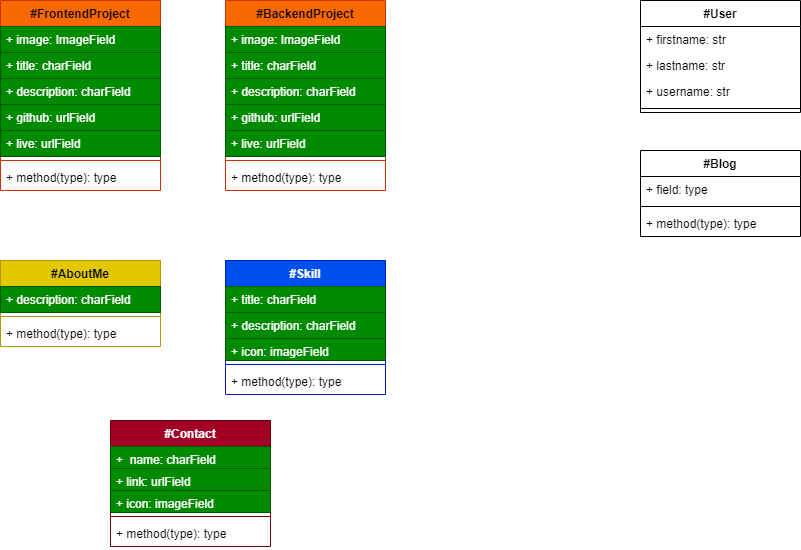
This is models.png from Sanjarbek17/portofolio_backend, a draw.io export, as it was before one commit. Source tidied: cells renumbered, new cells last; positions are measured from the earlier drawing's top-left corner, leaving out a move shared by most shapes. The source it was exported from:
```xml
<mxGraphModel>
  <root>
    <mxCell id="0" />
    <mxCell id="1" parent="0" />
    <mxCell id="2" value="#Contact" style="swimlane;fontStyle=1;align=center;verticalAlign=top;horizontal=1;startSize=26;fillColor=#a20025;fontColor=#ffffff;strokeColor=#6F0000;" parent="1" vertex="1">
      <mxGeometry x="110" y="420" width="160" height="126" as="geometry" />
    </mxCell>
    <mxCell id="3" value="+  name: charField" style="text;strokeColor=#005700;fillColor=#008a00;align=left;verticalAlign=top;spacingLeft=4;spacingRight=4;overflow=hidden;fontColor=#ffffff;" parent="2" vertex="1">
      <mxGeometry y="26" width="160" height="22" as="geometry" />
    </mxCell>
    <mxCell id="4" value="+ link: urlField" style="text;strokeColor=#005700;fillColor=#008a00;align=left;verticalAlign=top;spacingLeft=4;spacingRight=4;overflow=hidden;fontColor=#ffffff;" parent="2" vertex="1">
      <mxGeometry y="48" width="160" height="22" as="geometry" />
    </mxCell>
    <mxCell id="5" value="+ icon: imageField" style="text;strokeColor=#005700;fillColor=#008a00;align=left;verticalAlign=top;spacingLeft=4;spacingRight=4;overflow=hidden;fontColor=#ffffff;" parent="2" vertex="1">
      <mxGeometry y="70" width="160" height="22" as="geometry" />
    </mxCell>
    <mxCell id="6" style="line;strokeWidth=1;fillColor=none;align=left;verticalAlign=middle;spacingTop=-1;spacingLeft=3;spacingRight=3;labelPosition=right;strokeColor=inherit;" parent="2" vertex="1">
      <mxGeometry y="92" width="160" height="8" as="geometry" />
    </mxCell>
    <mxCell id="7" value="+ method(type): type" style="text;strokeColor=none;fillColor=none;align=left;verticalAlign=top;spacingLeft=4;spacingRight=4;overflow=hidden;" parent="2" vertex="1">
      <mxGeometry y="100" width="160" height="26" as="geometry" />
    </mxCell>
    <mxCell id="8" value="#Blog" style="swimlane;fontStyle=1;align=center;verticalAlign=top;horizontal=1;startSize=26;" parent="1" vertex="1">
      <mxGeometry x="640" y="150" width="160" height="86" as="geometry" />
    </mxCell>
    <mxCell id="9" value="+ field: type" style="text;strokeColor=none;fillColor=none;align=left;verticalAlign=top;spacingLeft=4;spacingRight=4;overflow=hidden;" parent="8" vertex="1">
      <mxGeometry y="26" width="160" height="26" as="geometry" />
    </mxCell>
    <mxCell id="10" style="line;strokeWidth=1;fillColor=none;align=left;verticalAlign=middle;spacingTop=-1;spacingLeft=3;spacingRight=3;labelPosition=right;strokeColor=inherit;" parent="8" vertex="1">
      <mxGeometry y="52" width="160" height="8" as="geometry" />
    </mxCell>
    <mxCell id="11" value="+ method(type): type" style="text;strokeColor=none;fillColor=none;align=left;verticalAlign=top;spacingLeft=4;spacingRight=4;overflow=hidden;" parent="8" vertex="1">
      <mxGeometry y="60" width="160" height="26" as="geometry" />
    </mxCell>
    <mxCell id="12" value="#User" style="swimlane;fontStyle=1;align=center;verticalAlign=top;horizontal=1;startSize=26;" parent="1" vertex="1">
      <mxGeometry x="640" width="160" height="112" as="geometry" />
    </mxCell>
    <mxCell id="13" value="+ firstname: str" style="text;strokeColor=none;fillColor=none;align=left;verticalAlign=top;spacingLeft=4;spacingRight=4;overflow=hidden;" parent="12" vertex="1">
      <mxGeometry y="26" width="160" height="26" as="geometry" />
    </mxCell>
    <mxCell id="14" value="+ lastname: str" style="text;strokeColor=none;fillColor=none;align=left;verticalAlign=top;spacingLeft=4;spacingRight=4;overflow=hidden;" parent="12" vertex="1">
      <mxGeometry y="52" width="160" height="26" as="geometry" />
    </mxCell>
    <mxCell id="15" value="+ username: str" style="text;strokeColor=none;fillColor=none;align=left;verticalAlign=top;spacingLeft=4;spacingRight=4;overflow=hidden;" parent="12" vertex="1">
      <mxGeometry y="78" width="160" height="26" as="geometry" />
    </mxCell>
    <mxCell id="16" style="line;strokeWidth=1;fillColor=none;align=left;verticalAlign=middle;spacingTop=-1;spacingLeft=3;spacingRight=3;labelPosition=right;strokeColor=inherit;" parent="12" vertex="1">
      <mxGeometry y="104" width="160" height="8" as="geometry" />
    </mxCell>
    <mxCell id="17" value="#FrontendProject" style="swimlane;fontStyle=1;align=center;verticalAlign=top;horizontal=1;startSize=26;fillColor=#fa6800;fontColor=#000000;strokeColor=#C73500;" parent="1" vertex="1">
      <mxGeometry width="160" height="190" as="geometry" />
    </mxCell>
    <mxCell id="18" value="+ image: ImageField" style="text;strokeColor=#005700;fillColor=#008a00;align=left;verticalAlign=top;spacingLeft=4;spacingRight=4;overflow=hidden;fontColor=#ffffff;" parent="17" vertex="1">
      <mxGeometry y="26" width="160" height="26" as="geometry" />
    </mxCell>
    <mxCell id="19" value="+ title: charField" style="text;strokeColor=#005700;fillColor=#008a00;align=left;verticalAlign=top;spacingLeft=4;spacingRight=4;overflow=hidden;fontColor=#ffffff;" parent="17" vertex="1">
      <mxGeometry y="52" width="160" height="26" as="geometry" />
    </mxCell>
    <mxCell id="20" value="+ description: charField" style="text;strokeColor=#005700;fillColor=#008a00;align=left;verticalAlign=top;spacingLeft=4;spacingRight=4;overflow=hidden;fontColor=#ffffff;" parent="17" vertex="1">
      <mxGeometry y="78" width="160" height="26" as="geometry" />
    </mxCell>
    <mxCell id="21" value="+ github: urlField" style="text;strokeColor=#005700;fillColor=#008a00;align=left;verticalAlign=top;spacingLeft=4;spacingRight=4;overflow=hidden;fontColor=#ffffff;" parent="17" vertex="1">
      <mxGeometry y="104" width="160" height="26" as="geometry" />
    </mxCell>
    <mxCell id="22" value="+ live: urlField" style="text;strokeColor=#005700;fillColor=#008a00;align=left;verticalAlign=top;spacingLeft=4;spacingRight=4;overflow=hidden;fontColor=#ffffff;" parent="17" vertex="1">
      <mxGeometry y="130" width="160" height="26" as="geometry" />
    </mxCell>
    <mxCell id="23" style="line;strokeWidth=1;fillColor=none;align=left;verticalAlign=middle;spacingTop=-1;spacingLeft=3;spacingRight=3;labelPosition=right;strokeColor=inherit;" parent="17" vertex="1">
      <mxGeometry y="156" width="160" height="8" as="geometry" />
    </mxCell>
    <mxCell id="24" value="+ method(type): type" style="text;strokeColor=none;fillColor=none;align=left;verticalAlign=top;spacingLeft=4;spacingRight=4;overflow=hidden;" parent="17" vertex="1">
      <mxGeometry y="164" width="160" height="26" as="geometry" />
    </mxCell>
    <mxCell id="25" value="#BackendProject" style="swimlane;fontStyle=1;align=center;verticalAlign=top;horizontal=1;startSize=26;fillColor=#fa6800;fontColor=#000000;strokeColor=#C73500;" parent="1" vertex="1">
      <mxGeometry x="225" width="160" height="190" as="geometry" />
    </mxCell>
    <mxCell id="26" value="+ image: ImageField" style="text;strokeColor=#005700;fillColor=#008a00;align=left;verticalAlign=top;spacingLeft=4;spacingRight=4;overflow=hidden;fontColor=#ffffff;" parent="25" vertex="1">
      <mxGeometry y="26" width="160" height="26" as="geometry" />
    </mxCell>
    <mxCell id="27" value="+ title: charField" style="text;strokeColor=#005700;fillColor=#008a00;align=left;verticalAlign=top;spacingLeft=4;spacingRight=4;overflow=hidden;fontColor=#ffffff;" parent="25" vertex="1">
      <mxGeometry y="52" width="160" height="26" as="geometry" />
    </mxCell>
    <mxCell id="28" value="+ description: charField" style="text;strokeColor=#005700;fillColor=#008a00;align=left;verticalAlign=top;spacingLeft=4;spacingRight=4;overflow=hidden;fontColor=#ffffff;" parent="25" vertex="1">
      <mxGeometry y="78" width="160" height="26" as="geometry" />
    </mxCell>
    <mxCell id="29" value="+ github: urlField" style="text;strokeColor=#005700;fillColor=#008a00;align=left;verticalAlign=top;spacingLeft=4;spacingRight=4;overflow=hidden;fontColor=#ffffff;" parent="25" vertex="1">
      <mxGeometry y="104" width="160" height="26" as="geometry" />
    </mxCell>
    <mxCell id="30" value="+ live: urlField" style="text;strokeColor=#005700;fillColor=#008a00;align=left;verticalAlign=top;spacingLeft=4;spacingRight=4;overflow=hidden;fontColor=#ffffff;" parent="25" vertex="1">
      <mxGeometry y="130" width="160" height="26" as="geometry" />
    </mxCell>
    <mxCell id="31" style="line;strokeWidth=1;fillColor=none;align=left;verticalAlign=middle;spacingTop=-1;spacingLeft=3;spacingRight=3;labelPosition=right;strokeColor=inherit;" parent="25" vertex="1">
      <mxGeometry y="156" width="160" height="8" as="geometry" />
    </mxCell>
    <mxCell id="32" value="+ method(type): type" style="text;strokeColor=none;fillColor=none;align=left;verticalAlign=top;spacingLeft=4;spacingRight=4;overflow=hidden;" parent="25" vertex="1">
      <mxGeometry y="164" width="160" height="26" as="geometry" />
    </mxCell>
    <mxCell id="33" value="#Skill" style="swimlane;fontStyle=1;align=center;verticalAlign=top;horizontal=1;startSize=26;fillColor=#0050ef;fontColor=#ffffff;strokeColor=#001DBC;" parent="1" vertex="1">
      <mxGeometry x="225" y="260" width="160" height="134" as="geometry" />
    </mxCell>
    <mxCell id="34" value="+ title: charField" style="text;strokeColor=#005700;fillColor=#008a00;align=left;verticalAlign=top;spacingLeft=4;spacingRight=4;overflow=hidden;fontColor=#ffffff;" parent="33" vertex="1">
      <mxGeometry y="26" width="160" height="26" as="geometry" />
    </mxCell>
    <mxCell id="35" value="+ description: charField" style="text;strokeColor=#005700;fillColor=#008a00;align=left;verticalAlign=top;spacingLeft=4;spacingRight=4;overflow=hidden;fontColor=#ffffff;" parent="33" vertex="1">
      <mxGeometry y="52" width="160" height="26" as="geometry" />
    </mxCell>
    <mxCell id="36" value="+ icon: imageField" style="text;strokeColor=#005700;fillColor=#008a00;align=left;verticalAlign=top;spacingLeft=4;spacingRight=4;overflow=hidden;fontColor=#ffffff;" parent="33" vertex="1">
      <mxGeometry y="78" width="160" height="22" as="geometry" />
    </mxCell>
    <mxCell id="37" style="line;strokeWidth=1;fillColor=none;align=left;verticalAlign=middle;spacingTop=-1;spacingLeft=3;spacingRight=3;labelPosition=right;strokeColor=inherit;" parent="33" vertex="1">
      <mxGeometry y="100" width="160" height="8" as="geometry" />
    </mxCell>
    <mxCell id="38" value="+ method(type): type" style="text;strokeColor=none;fillColor=none;align=left;verticalAlign=top;spacingLeft=4;spacingRight=4;overflow=hidden;" parent="33" vertex="1">
      <mxGeometry y="108" width="160" height="26" as="geometry" />
    </mxCell>
    <mxCell id="39" value="#AboutMe" style="swimlane;fontStyle=1;align=center;verticalAlign=top;horizontal=1;startSize=26;fillColor=#e3c800;fontColor=#000000;strokeColor=#B09500;" parent="1" vertex="1">
      <mxGeometry y="260" width="160" height="86" as="geometry" />
    </mxCell>
    <mxCell id="40" value="+ description: charField" style="text;strokeColor=#005700;fillColor=#008a00;align=left;verticalAlign=top;spacingLeft=4;spacingRight=4;overflow=hidden;fontColor=#ffffff;" parent="39" vertex="1">
      <mxGeometry y="26" width="160" height="26" as="geometry" />
    </mxCell>
    <mxCell id="41" style="line;strokeWidth=1;fillColor=none;align=left;verticalAlign=middle;spacingTop=-1;spacingLeft=3;spacingRight=3;labelPosition=right;strokeColor=inherit;" parent="39" vertex="1">
      <mxGeometry y="52" width="160" height="8" as="geometry" />
    </mxCell>
    <mxCell id="42" value="+ method(type): type" style="text;strokeColor=none;fillColor=none;align=left;verticalAlign=top;spacingLeft=4;spacingRight=4;overflow=hidden;" parent="39" vertex="1">
      <mxGeometry y="60" width="160" height="26" as="geometry" />
    </mxCell>
  </root>
</mxGraphModel>
```
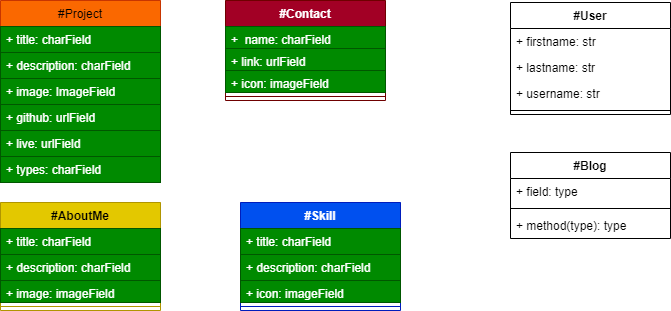
The same file after the commit.

Change to the diagram source:
```diff
@@ -3,7 +3,7 @@
     <mxCell id="0" />
     <mxCell id="1" parent="0" />
     <mxCell id="2" value="#Contact" style="swimlane;fontStyle=1;align=center;verticalAlign=top;horizontal=1;startSize=26;fillColor=#a20025;fontColor=#ffffff;strokeColor=#6F0000;" parent="1" vertex="1">
-      <mxGeometry x="110" y="420" width="160" height="126" as="geometry" />
+      <mxGeometry x="225" y="8" width="160" height="100" as="geometry" />
     </mxCell>
     <mxCell id="3" value="+  name: charField" style="text;strokeColor=#005700;fillColor=#008a00;align=left;verticalAlign=top;spacingLeft=4;spacingRight=4;overflow=hidden;fontColor=#ffffff;" parent="2" vertex="1">
       <mxGeometry y="26" width="160" height="22" as="geometry" />
@@ -17,11 +17,8 @@
     <mxCell id="6" style="line;strokeWidth=1;fillColor=none;align=left;verticalAlign=middle;spacingTop=-1;spacingLeft=3;spacingRight=3;labelPosition=right;strokeColor=inherit;" parent="2" vertex="1">
       <mxGeometry y="92" width="160" height="8" as="geometry" />
     </mxCell>
-    <mxCell id="7" value="+ method(type): type" style="text;strokeColor=none;fillColor=none;align=left;verticalAlign=top;spacingLeft=4;spacingRight=4;overflow=hidden;" parent="2" vertex="1">
-      <mxGeometry y="100" width="160" height="26" as="geometry" />
-    </mxCell>
     <mxCell id="8" value="#Blog" style="swimlane;fontStyle=1;align=center;verticalAlign=top;horizontal=1;startSize=26;" parent="1" vertex="1">
-      <mxGeometry x="640" y="150" width="160" height="86" as="geometry" />
+      <mxGeometry x="510" y="160" width="160" height="86" as="geometry" />
     </mxCell>
     <mxCell id="9" value="+ field: type" style="text;strokeColor=none;fillColor=none;align=left;verticalAlign=top;spacingLeft=4;spacingRight=4;overflow=hidden;" parent="8" vertex="1">
       <mxGeometry y="26" width="160" height="26" as="geometry" />
@@ -33,7 +30,7 @@
       <mxGeometry y="60" width="160" height="26" as="geometry" />
     </mxCell>
     <mxCell id="12" value="#User" style="swimlane;fontStyle=1;align=center;verticalAlign=top;horizontal=1;startSize=26;" parent="1" vertex="1">
-      <mxGeometry x="640" width="160" height="112" as="geometry" />
+      <mxGeometry x="510" y="10" width="160" height="112" as="geometry" />
     </mxCell>
     <mxCell id="13" value="+ firstname: str" style="text;strokeColor=none;fillColor=none;align=left;verticalAlign=top;spacingLeft=4;spacingRight=4;overflow=hidden;" parent="12" vertex="1">
       <mxGeometry y="26" width="160" height="26" as="geometry" />
@@ -47,56 +44,8 @@
     <mxCell id="16" style="line;strokeWidth=1;fillColor=none;align=left;verticalAlign=middle;spacingTop=-1;spacingLeft=3;spacingRight=3;labelPosition=right;strokeColor=inherit;" parent="12" vertex="1">
       <mxGeometry y="104" width="160" height="8" as="geometry" />
     </mxCell>
-    <mxCell id="17" value="#FrontendProject" style="swimlane;fontStyle=1;align=center;verticalAlign=top;horizontal=1;startSize=26;fillColor=#fa6800;fontColor=#000000;strokeColor=#C73500;" parent="1" vertex="1">
-      <mxGeometry width="160" height="190" as="geometry" />
-    </mxCell>
-    <mxCell id="18" value="+ image: ImageField" style="text;strokeColor=#005700;fillColor=#008a00;align=left;verticalAlign=top;spacingLeft=4;spacingRight=4;overflow=hidden;fontColor=#ffffff;" parent="17" vertex="1">
-      <mxGeometry y="26" width="160" height="26" as="geometry" />
-    </mxCell>
-    <mxCell id="19" value="+ title: charField" style="text;strokeColor=#005700;fillColor=#008a00;align=left;verticalAlign=top;spacingLeft=4;spacingRight=4;overflow=hidden;fontColor=#ffffff;" parent="17" vertex="1">
-      <mxGeometry y="52" width="160" height="26" as="geometry" />
-    </mxCell>
-    <mxCell id="20" value="+ description: charField" style="text;strokeColor=#005700;fillColor=#008a00;align=left;verticalAlign=top;spacingLeft=4;spacingRight=4;overflow=hidden;fontColor=#ffffff;" parent="17" vertex="1">
-      <mxGeometry y="78" width="160" height="26" as="geometry" />
-    </mxCell>
-    <mxCell id="21" value="+ github: urlField" style="text;strokeColor=#005700;fillColor=#008a00;align=left;verticalAlign=top;spacingLeft=4;spacingRight=4;overflow=hidden;fontColor=#ffffff;" parent="17" vertex="1">
-      <mxGeometry y="104" width="160" height="26" as="geometry" />
-    </mxCell>
-    <mxCell id="22" value="+ live: urlField" style="text;strokeColor=#005700;fillColor=#008a00;align=left;verticalAlign=top;spacingLeft=4;spacingRight=4;overflow=hidden;fontColor=#ffffff;" parent="17" vertex="1">
-      <mxGeometry y="130" width="160" height="26" as="geometry" />
-    </mxCell>
-    <mxCell id="23" style="line;strokeWidth=1;fillColor=none;align=left;verticalAlign=middle;spacingTop=-1;spacingLeft=3;spacingRight=3;labelPosition=right;strokeColor=inherit;" parent="17" vertex="1">
-      <mxGeometry y="156" width="160" height="8" as="geometry" />
-    </mxCell>
-    <mxCell id="24" value="+ method(type): type" style="text;strokeColor=none;fillColor=none;align=left;verticalAlign=top;spacingLeft=4;spacingRight=4;overflow=hidden;" parent="17" vertex="1">
-      <mxGeometry y="164" width="160" height="26" as="geometry" />
-    </mxCell>
-    <mxCell id="25" value="#BackendProject" style="swimlane;fontStyle=1;align=center;verticalAlign=top;horizontal=1;startSize=26;fillColor=#fa6800;fontColor=#000000;strokeColor=#C73500;" parent="1" vertex="1">
-      <mxGeometry x="225" width="160" height="190" as="geometry" />
-    </mxCell>
-    <mxCell id="26" value="+ image: ImageField" style="text;strokeColor=#005700;fillColor=#008a00;align=left;verticalAlign=top;spacingLeft=4;spacingRight=4;overflow=hidden;fontColor=#ffffff;" parent="25" vertex="1">
-      <mxGeometry y="26" width="160" height="26" as="geometry" />
-    </mxCell>
-    <mxCell id="27" value="+ title: charField" style="text;strokeColor=#005700;fillColor=#008a00;align=left;verticalAlign=top;spacingLeft=4;spacingRight=4;overflow=hidden;fontColor=#ffffff;" parent="25" vertex="1">
-      <mxGeometry y="52" width="160" height="26" as="geometry" />
-    </mxCell>
-    <mxCell id="28" value="+ description: charField" style="text;strokeColor=#005700;fillColor=#008a00;align=left;verticalAlign=top;spacingLeft=4;spacingRight=4;overflow=hidden;fontColor=#ffffff;" parent="25" vertex="1">
-      <mxGeometry y="78" width="160" height="26" as="geometry" />
-    </mxCell>
-    <mxCell id="29" value="+ github: urlField" style="text;strokeColor=#005700;fillColor=#008a00;align=left;verticalAlign=top;spacingLeft=4;spacingRight=4;overflow=hidden;fontColor=#ffffff;" parent="25" vertex="1">
-      <mxGeometry y="104" width="160" height="26" as="geometry" />
-    </mxCell>
-    <mxCell id="30" value="+ live: urlField" style="text;strokeColor=#005700;fillColor=#008a00;align=left;verticalAlign=top;spacingLeft=4;spacingRight=4;overflow=hidden;fontColor=#ffffff;" parent="25" vertex="1">
-      <mxGeometry y="130" width="160" height="26" as="geometry" />
-    </mxCell>
-    <mxCell id="31" style="line;strokeWidth=1;fillColor=none;align=left;verticalAlign=middle;spacingTop=-1;spacingLeft=3;spacingRight=3;labelPosition=right;strokeColor=inherit;" parent="25" vertex="1">
-      <mxGeometry y="156" width="160" height="8" as="geometry" />
-    </mxCell>
-    <mxCell id="32" value="+ method(type): type" style="text;strokeColor=none;fillColor=none;align=left;verticalAlign=top;spacingLeft=4;spacingRight=4;overflow=hidden;" parent="25" vertex="1">
-      <mxGeometry y="164" width="160" height="26" as="geometry" />
-    </mxCell>
     <mxCell id="33" value="#Skill" style="swimlane;fontStyle=1;align=center;verticalAlign=top;horizontal=1;startSize=26;fillColor=#0050ef;fontColor=#ffffff;strokeColor=#001DBC;" parent="1" vertex="1">
-      <mxGeometry x="225" y="260" width="160" height="134" as="geometry" />
+      <mxGeometry x="240" y="210" width="160" height="108" as="geometry" />
     </mxCell>
     <mxCell id="34" value="+ title: charField" style="text;strokeColor=#005700;fillColor=#008a00;align=left;verticalAlign=top;spacingLeft=4;spacingRight=4;overflow=hidden;fontColor=#ffffff;" parent="33" vertex="1">
       <mxGeometry y="26" width="160" height="26" as="geometry" />
@@ -110,20 +59,41 @@
     <mxCell id="37" style="line;strokeWidth=1;fillColor=none;align=left;verticalAlign=middle;spacingTop=-1;spacingLeft=3;spacingRight=3;labelPosition=right;strokeColor=inherit;" parent="33" vertex="1">
       <mxGeometry y="100" width="160" height="8" as="geometry" />
     </mxCell>
-    <mxCell id="38" value="+ method(type): type" style="text;strokeColor=none;fillColor=none;align=left;verticalAlign=top;spacingLeft=4;spacingRight=4;overflow=hidden;" parent="33" vertex="1">
-      <mxGeometry y="108" width="160" height="26" as="geometry" />
-    </mxCell>
     <mxCell id="39" value="#AboutMe" style="swimlane;fontStyle=1;align=center;verticalAlign=top;horizontal=1;startSize=26;fillColor=#e3c800;fontColor=#000000;strokeColor=#B09500;" parent="1" vertex="1">
-      <mxGeometry y="260" width="160" height="86" as="geometry" />
+      <mxGeometry y="210" width="160" height="108" as="geometry" />
     </mxCell>
+    <mxCell id="43" value="+ title: charField" style="text;strokeColor=#005700;fillColor=#008a00;align=left;verticalAlign=top;spacingLeft=4;spacingRight=4;overflow=hidden;fontColor=#ffffff;" parent="39" vertex="1">
+      <mxGeometry y="26" width="160" height="26" as="geometry" />
+    </mxCell>
     <mxCell id="40" value="+ description: charField" style="text;strokeColor=#005700;fillColor=#008a00;align=left;verticalAlign=top;spacingLeft=4;spacingRight=4;overflow=hidden;fontColor=#ffffff;" parent="39" vertex="1">
-      <mxGeometry y="26" width="160" height="26" as="geometry" />
+      <mxGeometry y="52" width="160" height="26" as="geometry" />
     </mxCell>
+    <mxCell id="44" value="+ image: imageField" style="text;strokeColor=#005700;fillColor=#008a00;align=left;verticalAlign=top;spacingLeft=4;spacingRight=4;overflow=hidden;fontColor=#ffffff;" parent="39" vertex="1">
+      <mxGeometry y="78" width="160" height="22" as="geometry" />
+    </mxCell>
     <mxCell id="41" style="line;strokeWidth=1;fillColor=none;align=left;verticalAlign=middle;spacingTop=-1;spacingLeft=3;spacingRight=3;labelPosition=right;strokeColor=inherit;" parent="39" vertex="1">
-      <mxGeometry y="52" width="160" height="8" as="geometry" />
+      <mxGeometry y="100" width="160" height="8" as="geometry" />
     </mxCell>
-    <mxCell id="42" value="+ method(type): type" style="text;strokeColor=none;fillColor=none;align=left;verticalAlign=top;spacingLeft=4;spacingRight=4;overflow=hidden;" parent="39" vertex="1">
-      <mxGeometry y="60" width="160" height="26" as="geometry" />
-    </mxCell>
+    <mxCell id="45" value="#Project" style="swimlane;fontStyle=0;horizontal=1;startSize=26;fillColor=#fa6800;fontColor=#000000;strokeColor=#C73500;" parent="1" vertex="1">
+      <mxGeometry y="8" width="160" height="182" as="geometry" />
+    </mxCell>
+    <mxCell id="46" value="+ title: charField" style="text;strokeColor=#005700;fillColor=#008a00;align=left;verticalAlign=top;spacingLeft=4;spacingRight=4;overflow=hidden;fontColor=#ffffff;" parent="45" vertex="1">
+      <mxGeometry y="26" width="160" height="26" as="geometry" />
+    </mxCell>
+    <mxCell id="47" value="+ description: charField" style="text;strokeColor=#005700;fillColor=#008a00;align=left;verticalAlign=top;spacingLeft=4;spacingRight=4;overflow=hidden;fontColor=#ffffff;" parent="45" vertex="1">
+      <mxGeometry y="52" width="160" height="26" as="geometry" />
+    </mxCell>
+    <mxCell id="48" value="+ image: ImageField" style="text;strokeColor=#005700;fillColor=#008a00;align=left;verticalAlign=top;spacingLeft=4;spacingRight=4;overflow=hidden;fontColor=#ffffff;" parent="45" vertex="1">
+      <mxGeometry y="78" width="160" height="26" as="geometry" />
+    </mxCell>
+    <mxCell id="49" value="+ github: urlField" style="text;strokeColor=#005700;fillColor=#008a00;align=left;verticalAlign=top;spacingLeft=4;spacingRight=4;overflow=hidden;fontColor=#ffffff;" parent="45" vertex="1">
+      <mxGeometry y="104" width="160" height="26" as="geometry" />
+    </mxCell>
+    <mxCell id="50" value="+ live: urlField" style="text;strokeColor=#005700;fillColor=#008a00;align=left;verticalAlign=top;spacingLeft=4;spacingRight=4;overflow=hidden;fontColor=#ffffff;" parent="45" vertex="1">
+      <mxGeometry y="130" width="160" height="26" as="geometry" />
+    </mxCell>
+    <mxCell id="51" value="+ types: charField" style="text;strokeColor=#005700;fillColor=#008a00;align=left;verticalAlign=top;spacingLeft=4;spacingRight=4;overflow=hidden;fontColor=#ffffff;" parent="45" vertex="1">
+      <mxGeometry y="156" width="160" height="26" as="geometry" />
+    </mxCell>
   </root>
 </mxGraphModel>
```
